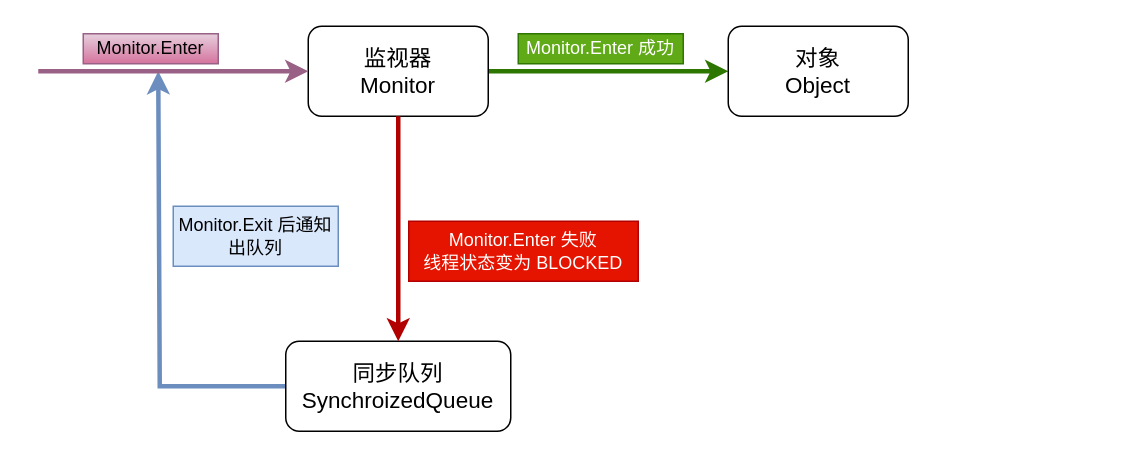
wyyl1/wyyl1.github.io keeps this draw.io diagram as page "Synchronized Monitor" (2 of 3) of aoe的DrawIO仓库/29/Java并发编程的艺术第2版.drawio. Above is the earlier version. Source tidied: cells renumbered, new cells numbered last; positions are measured from the earlier drawing's top-left corner, leaving out a move shared by most shapes. Both pictures are drawn from the tidied source at 150%, with x=0, y=0 at pixel (38, 26).
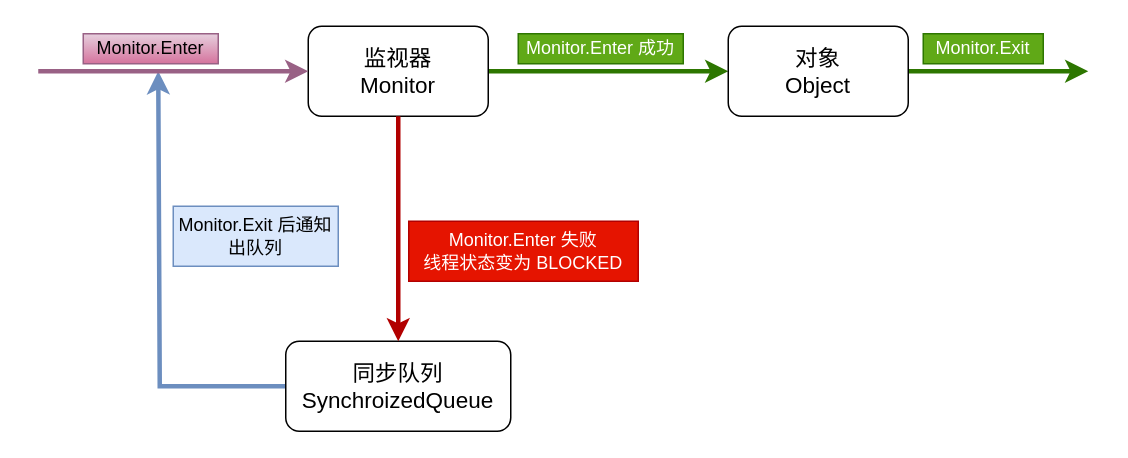
The same diagram, later.

What changed in the source:
```diff
@@
 <mxGraphModel>
   <root>
     <mxCell id="0" />
     <mxCell id="1" parent="0" />
     <mxCell id="2" style="edgeStyle=orthogonalEdgeStyle;rounded=0;jettySize=auto;html=1;entryX=0;entryY=0.5;entryDx=0;entryDy=0;strokeWidth=3;fillColor=#60a917;strokeColor=#2D7600;" parent="1" edge="1" source="3" target="4">
       <mxGeometry relative="1" as="geometry" />
     </mxCell>
     <mxCell id="3" value="监视器&lt;div style=&quot;font-size: 15px;&quot;&gt;Monitor&lt;/div&gt;" style="rounded=1;whiteSpace=wrap;html=1;fontSize=15;" parent="1" vertex="1">
       <mxGeometry x="180" width="120" height="60" as="geometry" />
     </mxCell>
+    <mxCell id="13" style="edgeStyle=orthogonalEdgeStyle;rounded=0;jettySize=auto;html=1;strokeColor=#2D7600;strokeWidth=3;align=center;verticalAlign=middle;fontFamily=Helvetica;fontSize=11;fontColor=default;labelBackgroundColor=default;endArrow=classic;fillColor=#60a917;" parent="1" edge="1" source="4">
+      <mxGeometry relative="1" as="geometry">
+        <mxPoint x="700" y="30" as="targetPoint" />
+      </mxGeometry>
+    </mxCell>
     <mxCell id="4" value="对象&lt;div style=&quot;font-size: 15px;&quot;&gt;Object&lt;/div&gt;" style="rounded=1;whiteSpace=wrap;html=1;fontSize=15;" parent="1" vertex="1">
       <mxGeometry x="460" width="120" height="60" as="geometry" />
     </mxCell>
     <mxCell id="5" style="edgeStyle=orthogonalEdgeStyle;rounded=0;orthogonalLoop=1;jettySize=auto;html=1;exitX=0;exitY=0.5;exitDx=0;exitDy=0;fillColor=#dae8fc;strokeColor=#6c8ebf;strokeWidth=3;" parent="1" edge="1">
       <mxGeometry relative="1" as="geometry">
         <mxPoint x="170" y="240" as="sourcePoint" />
         <mxPoint x="80" y="30" as="targetPoint" />
         <Array as="points">
           <mxPoint x="81" y="240" />
         </Array>
       </mxGeometry>
     </mxCell>
     <mxCell id="6" value="同步队列&lt;div style=&quot;font-size: 15px;&quot;&gt;SynchroizedQueue&lt;/div&gt;" style="rounded=1;whiteSpace=wrap;html=1;fontSize=15;" parent="1" vertex="1">
       <mxGeometry x="165" y="210" width="150" height="60" as="geometry" />
     </mxCell>
     <mxCell id="7" style="endArrow=classic;html=1;rounded=0;endFill=1;fillColor=#e6d0de;strokeColor=#996185;strokeWidth=3;gradientColor=#d5739d;entryX=0;entryY=0.5;entryDx=0;entryDy=0;" parent="1" edge="1" target="3">
       <mxGeometry relative="1" as="geometry">
         <mxPoint y="30" as="sourcePoint" />
       </mxGeometry>
     </mxCell>
     <mxCell id="8" value="Monitor.Enter" style="text;html=1;align=center;verticalAlign=middle;whiteSpace=wrap;rounded=0;fillColor=#e6d0de;gradientColor=#d5739d;strokeColor=#996185;" parent="1" vertex="1">
       <mxGeometry x="30" y="5" width="90" height="20" as="geometry" />
     </mxCell>
     <mxCell id="9" value="Monitor.Enter 成功" style="text;html=1;align=center;verticalAlign=middle;whiteSpace=wrap;rounded=0;fillColor=#60a917;fontColor=#ffffff;strokeColor=#2D7600;" parent="1" vertex="1">
       <mxGeometry x="320" y="5" width="110" height="20" as="geometry" />
     </mxCell>
     <mxCell id="10" value="Monitor.Enter 失败&lt;div&gt;线程状态变为 BLOCKED&lt;/div&gt;" style="text;html=1;align=center;verticalAlign=middle;whiteSpace=wrap;rounded=0;fillColor=#e51400;fontColor=#ffffff;strokeColor=#B20000;" parent="1" vertex="1">
       <mxGeometry x="247" y="130" width="153" height="40" as="geometry" />
     </mxCell>
     <mxCell id="11" value="Monitor.Exit 后通知&lt;div&gt;出队列&lt;/div&gt;" style="text;html=1;align=center;verticalAlign=middle;whiteSpace=wrap;rounded=0;fillColor=#dae8fc;strokeColor=#6c8ebf;" parent="1" vertex="1">
       <mxGeometry x="90" y="120" width="110" height="40" as="geometry" />
     </mxCell>
     <mxCell id="12" style="edgeStyle=orthogonalEdgeStyle;rounded=0;jettySize=auto;html=1;exitX=0.5;exitY=1;exitDx=0;exitDy=0;entryX=0.5;entryY=0;entryDx=0;entryDy=0;strokeWidth=3;fillColor=#e51400;strokeColor=#B20000;" parent="1" edge="1" source="3" target="6">
       <mxGeometry relative="1" as="geometry" />
     </mxCell>
+    <mxCell id="14" value="Monitor.Exit" style="text;html=1;align=center;verticalAlign=middle;whiteSpace=wrap;rounded=0;fillColor=#60a917;fontColor=#ffffff;strokeColor=#2D7600;" parent="1" vertex="1">
+      <mxGeometry x="590" y="5" width="80" height="20" as="geometry" />
+    </mxCell>
   </root>
 </mxGraphModel>
```
